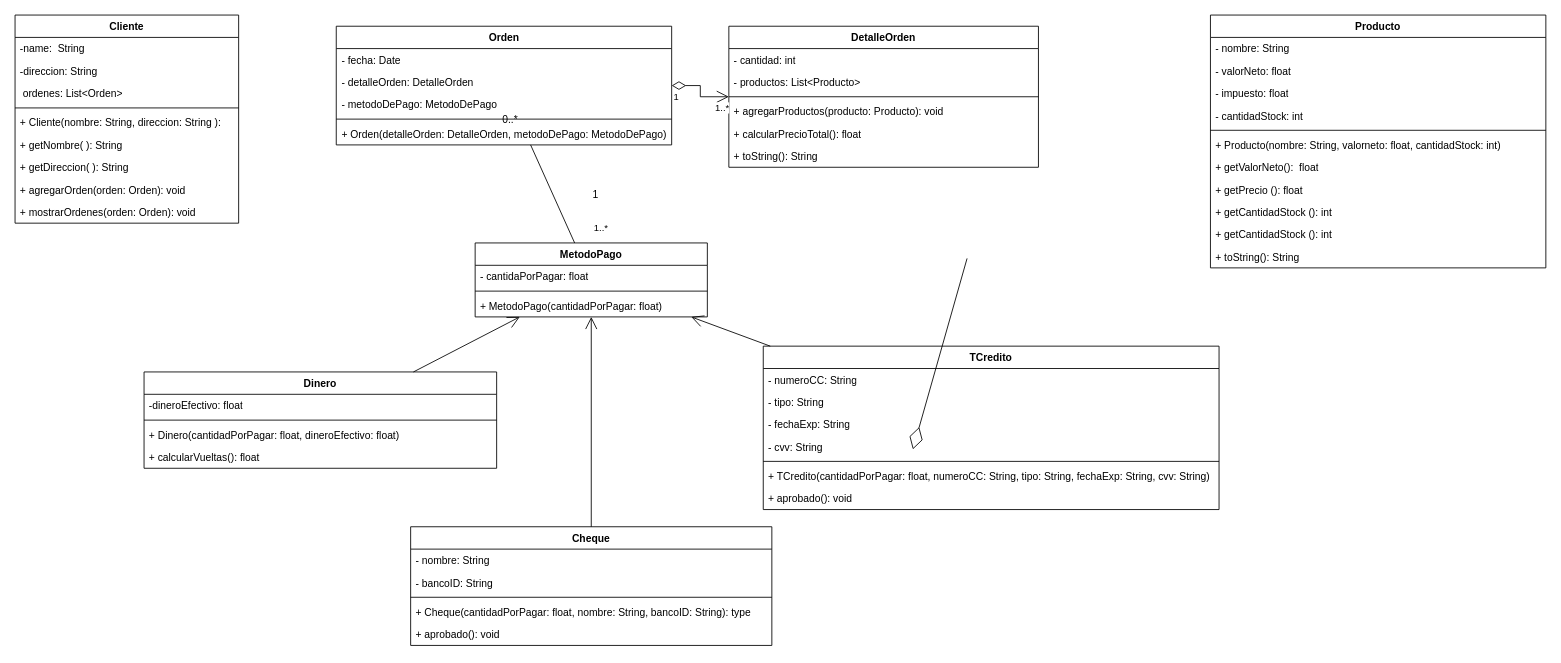
This is ModeloTienda1.drawio from JosehpCR/DiagramasUML, a draw.io file, before an edit. Source tidied: cells renumbered, new cells numbered last; positions are measured from the earlier drawing's top-left corner, leaving out a move shared by most shapes. Both pictures are drawn from the tidied source at 86%, with x=0, y=0 at pixel (15, 15).
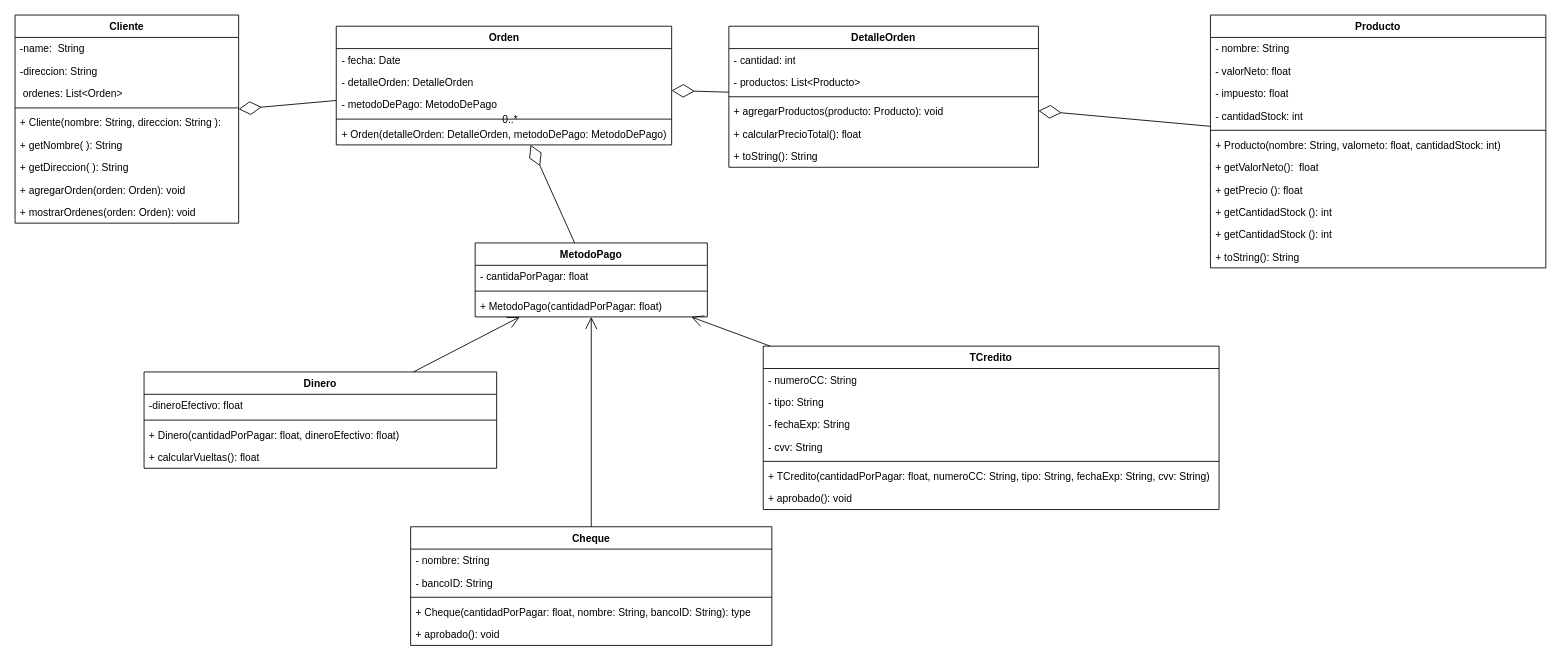
After the change.

Unchanged cells that the change refers to:
```xml
<mxCell id="2" value="Cliente" style="swimlane;fontStyle=1;align=center;verticalAlign=top;horizontal=1;startSize=26;whiteSpace=wrap;html=1;" parent="1" vertex="1">
  <mxGeometry width="260" height="242" as="geometry" />
</mxCell>
<mxCell id="17" value="DetalleOrden" style="swimlane;fontStyle=1;align=center;verticalAlign=top;horizontal=1;startSize=26;whiteSpace=wrap;html=1;" parent="1" vertex="1">
  <mxGeometry x="830" y="13" width="360" height="164" as="geometry" />
</mxCell>
<mxCell id="38" value="Producto" style="swimlane;fontStyle=1;align=center;verticalAlign=top;horizontal=1;startSize=26;whiteSpace=wrap;html=1;" parent="1" vertex="1">
  <mxGeometry x="1390" width="390" height="294" as="geometry" />
</mxCell>
<mxCell id="50" value="Orden" style="swimlane;fontStyle=1;align=center;verticalAlign=top;horizontal=1;startSize=26;whiteSpace=wrap;html=1;" parent="1" vertex="1">
  <mxGeometry x="373.5" y="13" width="390" height="138" as="geometry" />
</mxCell>
<mxCell id="68" value="MetodoPago" style="swimlane;fontStyle=1;align=center;verticalAlign=top;horizontal=1;startSize=26;whiteSpace=wrap;html=1;" parent="1" vertex="1">
  <mxGeometry x="535" y="265" width="270" height="86" as="geometry" />
</mxCell>
```

The edit, as a diff of the source:
```diff
@@
-    <mxCell id="59" style="endArrow=open;html=1;endSize=12;startArrow=diamondThin;startSize=14;startFill=0;edgeStyle=orthogonalEdgeStyle;rounded=0;" parent="1" edge="1" source="50" target="17">
-      <mxGeometry relative="1" as="geometry" />
-    </mxCell>
-    <mxCell id="60" value="1" style="edgeLabel;html=1;align=left;verticalAlign=top;" parent="59" vertex="1">
-      <mxGeometry x="-1" relative="1" as="geometry" />
-    </mxCell>
-    <mxCell id="61" value="1..*" style="edgeLabel;html=1;align=right;verticalAlign=top;" parent="59" vertex="1">
-      <mxGeometry x="1" relative="1" as="geometry" />
-    </mxCell>
@@
-    <mxCell id="63" style="endArrow=none;html=1;rounded=0;align=center;verticalAlign=top;endFill=0;labelBackgroundColor=none;" parent="1" edge="1" source="68" target="50">
-      <mxGeometry relative="1" as="geometry" />
-    </mxCell>
-    <mxCell id="64" style="html=1;align=left;verticalAlign=bottom;labelBackgroundColor=none;" parent="63" vertex="1">
-      <mxGeometry x="-1" relative="1" as="geometry" />
-    </mxCell>
-    <mxCell id="65" style="html=1;align=right;verticalAlign=bottom;labelBackgroundColor=none;" parent="63" vertex="1">
-      <mxGeometry x="1" relative="1" as="geometry" />
-    </mxCell>
-    <mxCell id="66" value="1" style="html=1;align=left;verticalAlign=top;labelBackgroundColor=none;" parent="1" vertex="1">
-      <mxGeometry x="670" y="195" as="geometry" />
-    </mxCell>
-    <mxCell id="67" value="1..*" style="edgeLabel;html=1;align=right;verticalAlign=top;" parent="1" vertex="1">
-      <mxGeometry x="690" y="235" as="geometry" />
-    </mxCell>
@@
-    <mxCell id="72" style="endArrow=diamondThin;endFill=0;endSize=24;html=1;rounded=0;" parent="1" edge="1">
-      <mxGeometry relative="1" as="geometry">
-        <mxPoint x="1107" y="283" as="sourcePoint" />
-        <mxPoint x="1044" y="505" as="targetPoint" />
-      </mxGeometry>
+    <mxCell id="72" style="endArrow=diamondThin;endFill=0;endSize=24;html=1;rounded=0;" parent="1" edge="1" source="17" target="50">
+      <mxGeometry relative="1" as="geometry" />
     </mxCell>
+    <mxCell id="73" style="endArrow=diamondThin;endFill=0;endSize=24;html=1;rounded=0;" parent="1" edge="1" source="50" target="2">
+      <mxGeometry relative="1" as="geometry" />
+    </mxCell>
+    <mxCell id="74" style="endArrow=diamondThin;endFill=0;endSize=24;html=1;rounded=0;" parent="1" edge="1" source="38" target="17">
+      <mxGeometry relative="1" as="geometry" />
+    </mxCell>
+    <mxCell id="63" style="endArrow=diamondThin;endFill=0;endSize=24;html=1;rounded=0;" parent="1" edge="1" source="68" target="50">
+      <mxGeometry relative="1" as="geometry" />
+    </mxCell>
```
